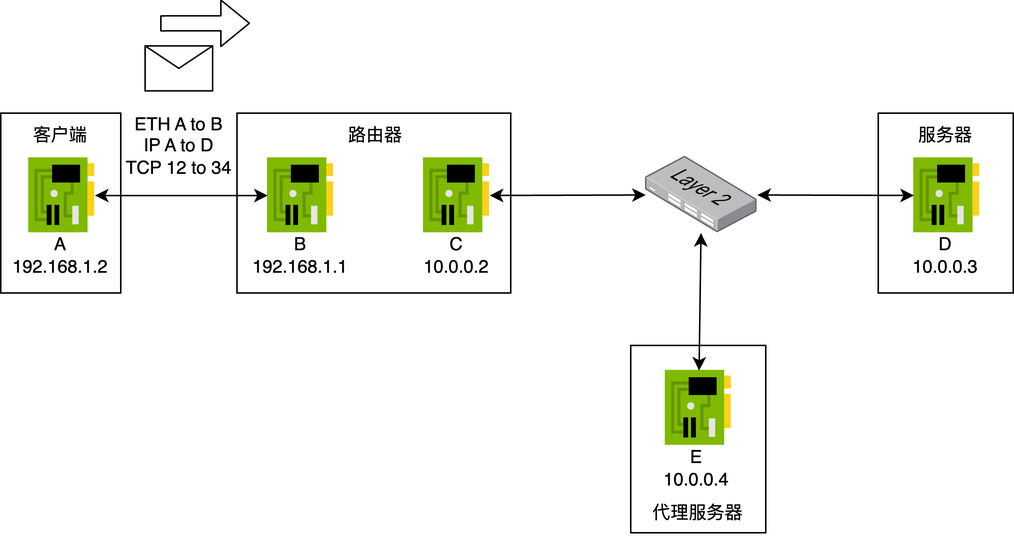
Before: example_step5.png, a diagram exported from draw.io (N2Sys-EDU/Lab3-Documentation). Source tidied: cells renumbered, new cells last; positions are measured from the earlier drawing's top-left corner, leaving out a move shared by most shapes.
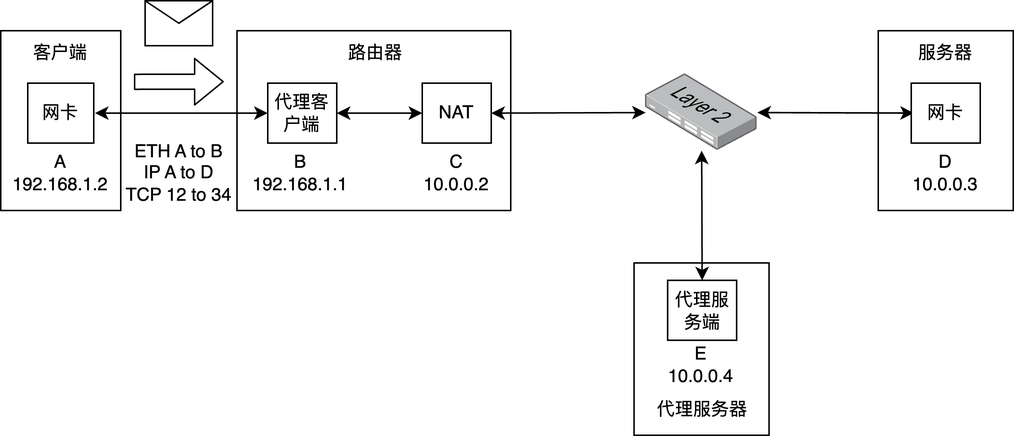
After the change.

Change to the diagram source:
```diff
@@ -2,27 +2,33 @@
   <root>
     <mxCell id="0" />
     <mxCell id="1" parent="0" />
+    <mxCell id="25" style="shape=message;html=1;html=1;labelPosition=center;verticalLabelPosition=bottom;align=center;verticalAlign=top;" parent="1" vertex="1">
+      <mxGeometry x="96.2" y="40" width="45" height="30" as="geometry" />
+    </mxCell>
+    <mxCell id="26" style="shape=flexArrow;endArrow=classic;html=1;" parent="1" edge="1">
+      <mxGeometry relative="1" as="geometry">
+        <mxPoint x="88.8" y="94.1" as="sourcePoint" />
+        <mxPoint x="148.8" y="94" as="targetPoint" />
+      </mxGeometry>
+    </mxCell>
+    <mxCell id="27" value="ETH A to B&lt;br&gt;IP A to D&lt;br&gt;TCP 12 to 34" style="text;html=1;strokeColor=none;fillColor=none;align=center;verticalAlign=middle;whiteSpace=wrap;rounded=0;" parent="1" vertex="1">
+      <mxGeometry x="80" y="125" width="77.5" height="60" as="geometry" />
+    </mxCell>
     <mxCell id="2" style="rounded=0;whiteSpace=wrap;html=1;" parent="1" vertex="1">
       <mxGeometry x="585" y="60" width="90" height="120" as="geometry" />
     </mxCell>
-    <mxCell id="3" style="rounded=0;whiteSpace=wrap;html=1;" parent="1" vertex="1">
-      <mxGeometry x="420" y="215" width="90" height="125" as="geometry" />
-    </mxCell>
-    <mxCell id="4" style="rounded=0;whiteSpace=wrap;html=1;" parent="1" vertex="1">
-      <mxGeometry x="157.5" y="60" width="182.5" height="120" as="geometry" />
-    </mxCell>
-    <mxCell id="5" style="rounded=0;whiteSpace=wrap;html=1;" parent="1" vertex="1">
-      <mxGeometry y="60" width="80" height="120" as="geometry" />
-    </mxCell>
+    <mxCell id="28" style="rounded=0;whiteSpace=wrap;html=1;" parent="1" vertex="1">
+      <mxGeometry x="422.2" y="215" width="90" height="115" as="geometry" />
+    </mxCell>
+    <mxCell id="29" style="rounded=0;whiteSpace=wrap;html=1;" parent="1" vertex="1">
+      <mxGeometry x="157.5" y="60" width="182.5" height="120" as="geometry" />
+    </mxCell>
+    <mxCell id="30" style="rounded=0;whiteSpace=wrap;html=1;" parent="1" vertex="1">
+      <mxGeometry y="60" width="80" height="120" as="geometry" />
+    </mxCell>
     <mxCell id="6" value="客户端" style="text;html=1;strokeColor=none;fillColor=none;align=center;verticalAlign=middle;whiteSpace=wrap;rounded=0;" parent="1" vertex="1">
       <mxGeometry y="60" width="80" height="30" as="geometry" />
     </mxCell>
-    <mxCell id="7" style="sketch=0;html=1;points=[];align=center;image;fontSize=12;image=img/lib/mscae/NetworkInterfaceCard.svg;" parent="1" vertex="1">
-      <mxGeometry x="178" y="90" width="44" height="50" as="geometry" />
-    </mxCell>
-    <mxCell id="8" style="sketch=0;html=1;points=[];align=center;image;fontSize=12;image=img/lib/mscae/NetworkInterfaceCard.svg;" parent="1" vertex="1">
-      <mxGeometry x="18.8" y="90" width="44" height="50" as="geometry" />
-    </mxCell>
     <mxCell id="9" value="A&lt;br&gt;192.168.1.2" style="text;html=1;strokeColor=none;fillColor=none;align=center;verticalAlign=middle;whiteSpace=wrap;rounded=0;" parent="1" vertex="1">
       <mxGeometry y="140" width="80" height="30" as="geometry" />
     </mxCell>
@@ -32,56 +38,61 @@
     <mxCell id="11" value="B&lt;br&gt;192.168.1.1" style="text;html=1;strokeColor=none;fillColor=none;align=center;verticalAlign=middle;whiteSpace=wrap;rounded=0;" parent="1" vertex="1">
       <mxGeometry x="160" y="140" width="80" height="30" as="geometry" />
     </mxCell>
-    <mxCell id="12" style="endArrow=classic;startArrow=classic;html=1;" parent="1" edge="1" source="8" target="7">
-      <mxGeometry relative="1" as="geometry" />
-    </mxCell>
-    <mxCell id="13" style="sketch=0;html=1;points=[];align=center;image;fontSize=12;image=img/lib/mscae/NetworkInterfaceCard.svg;" parent="1" vertex="1">
-      <mxGeometry x="282" y="90" width="44" height="50" as="geometry" />
-    </mxCell>
+    <mxCell id="31" style="endArrow=classic;startArrow=classic;html=1;" parent="1" edge="1">
+      <mxGeometry relative="1" as="geometry">
+        <mxPoint x="62.8" y="115" as="sourcePoint" />
+        <mxPoint x="178" y="115" as="targetPoint" />
+      </mxGeometry>
+    </mxCell>
     <mxCell id="14" value="C&lt;br&gt;10.0.0.2" style="text;html=1;strokeColor=none;fillColor=none;align=center;verticalAlign=middle;whiteSpace=wrap;rounded=0;" parent="1" vertex="1">
       <mxGeometry x="264" y="140" width="80" height="30" as="geometry" />
     </mxCell>
     <mxCell id="15" value="服务器" style="text;html=1;strokeColor=none;fillColor=none;align=center;verticalAlign=middle;whiteSpace=wrap;rounded=0;" parent="1" vertex="1">
       <mxGeometry x="590" y="60" width="80" height="30" as="geometry" />
     </mxCell>
-    <mxCell id="16" style="sketch=0;html=1;points=[];align=center;image;fontSize=12;image=img/lib/mscae/NetworkInterfaceCard.svg;" parent="1" vertex="1">
-      <mxGeometry x="608.8" y="90" width="44" height="50" as="geometry" />
-    </mxCell>
     <mxCell id="17" value="D&lt;br&gt;10.0.0.3" style="text;html=1;strokeColor=none;fillColor=none;align=center;verticalAlign=middle;whiteSpace=wrap;rounded=0;" parent="1" vertex="1">
       <mxGeometry x="590" y="140" width="80" height="30" as="geometry" />
     </mxCell>
-    <mxCell id="18" style="endArrow=classic;startArrow=classic;html=1;" parent="1" edge="1" source="13" target="19">
-      <mxGeometry relative="1" as="geometry" />
-    </mxCell>
-    <mxCell id="19" style="points=[];html=1;align=center;shadow=0;dashed=0;image;image=img/lib/allied_telesis/switch/Switch_24_port_L2.svg;" parent="1" vertex="1">
-      <mxGeometry x="430" y="89" width="74.4" height="51" as="geometry" />
-    </mxCell>
-    <mxCell id="20" style="endArrow=classic;startArrow=classic;html=1;" parent="1" edge="1" source="19" target="16">
-      <mxGeometry relative="1" as="geometry" />
-    </mxCell>
+    <mxCell id="32" style="endArrow=classic;startArrow=classic;html=1;exitX=1;exitY=0.5;exitDx=0;exitDy=0;" parent="1" edge="1" source="39" target="33">
+      <mxGeometry relative="1" as="geometry" />
+    </mxCell>
+    <mxCell id="33" style="points=[];html=1;align=center;shadow=0;dashed=0;image;image=img/lib/allied_telesis/switch/Switch_24_port_L2.svg;" parent="1" vertex="1">
+      <mxGeometry x="430" y="89" width="74.4" height="51" as="geometry" />
+    </mxCell>
+    <mxCell id="34" style="endArrow=classic;startArrow=classic;html=1;" parent="1" edge="1" source="33">
+      <mxGeometry relative="1" as="geometry">
+        <mxPoint x="608.8" y="114.9" as="targetPoint" />
+      </mxGeometry>
+    </mxCell>
     <mxCell id="21" value="代理服务器" style="text;html=1;strokeColor=none;fillColor=none;align=center;verticalAlign=middle;whiteSpace=wrap;rounded=0;" parent="1" vertex="1">
-      <mxGeometry x="425.2" y="311.8" width="80" height="30" as="geometry" />
+      <mxGeometry x="427.6" y="298.4" width="80" height="30" as="geometry" />
     </mxCell>
-    <mxCell id="22" style="sketch=0;html=1;points=[];align=center;image;fontSize=12;image=img/lib/mscae/NetworkInterfaceCard.svg;" parent="1" vertex="1">
-      <mxGeometry x="443.2" y="231.8" width="44" height="50" as="geometry" />
-    </mxCell>
     <mxCell id="23" value="E&lt;br&gt;10.0.0.4" style="text;html=1;strokeColor=none;fillColor=none;align=center;verticalAlign=middle;whiteSpace=wrap;rounded=0;" parent="1" vertex="1">
-      <mxGeometry x="424.4" y="281.8" width="80" height="30" as="geometry" />
+      <mxGeometry x="426.8" y="268.4" width="80" height="30" as="geometry" />
     </mxCell>
-    <mxCell id="24" style="endArrow=classic;startArrow=classic;html=1;" parent="1" edge="1" source="19" target="22">
-      <mxGeometry relative="1" as="geometry" />
-    </mxCell>
-    <mxCell id="25" style="shape=message;html=1;html=1;labelPosition=center;verticalLabelPosition=bottom;align=center;verticalAlign=top;" parent="1" vertex="1">
-      <mxGeometry x="96.2" y="15.1" width="45" height="30" as="geometry" />
-    </mxCell>
-    <mxCell id="26" style="shape=flexArrow;endArrow=classic;html=1;" parent="1" edge="1">
-      <mxGeometry relative="1" as="geometry">
-        <mxPoint x="106.2" y="0.1" as="sourcePoint" />
-        <mxPoint x="166.2" as="targetPoint" />
-      </mxGeometry>
-    </mxCell>
-    <mxCell id="27" value="ETH A to B&lt;br&gt;IP A to D&lt;br&gt;TCP 12 to 34" style="text;html=1;strokeColor=none;fillColor=none;align=center;verticalAlign=middle;whiteSpace=wrap;rounded=0;" parent="1" vertex="1">
-      <mxGeometry x="80" y="51.8" width="77.5" height="60" as="geometry" />
-    </mxCell>
+    <mxCell id="35" style="endArrow=classic;startArrow=classic;html=1;entryX=0.5;entryY=0;entryDx=0;entryDy=0;" parent="1" edge="1" source="33" target="42">
+      <mxGeometry relative="1" as="geometry" />
+    </mxCell>
+    <mxCell id="36" value="网卡" style="rounded=0;whiteSpace=wrap;html=1;" parent="1" vertex="1">
+      <mxGeometry x="18" y="95" width="44" height="40" as="geometry" />
+    </mxCell>
+    <mxCell id="37" style="edgeStyle=none;html=1;exitX=1;exitY=0.5;exitDx=0;exitDy=0;entryX=0;entryY=0.5;entryDx=0;entryDy=0;startArrow=classic;startFill=1;" parent="1" edge="1" source="38" target="39">
+      <mxGeometry relative="1" as="geometry" />
+    </mxCell>
+    <mxCell id="38" value="代理客户端" style="rounded=0;whiteSpace=wrap;html=1;" parent="1" vertex="1">
+      <mxGeometry x="178" y="95" width="46" height="40" as="geometry" />
+    </mxCell>
+    <mxCell id="39" value="NAT" style="rounded=0;whiteSpace=wrap;html=1;" parent="1" vertex="1">
+      <mxGeometry x="281" y="95" width="46" height="40" as="geometry" />
+    </mxCell>
+    <mxCell id="40" style="edgeStyle=none;html=1;exitX=0;exitY=0.5;exitDx=0;exitDy=0;" parent="1" edge="1" source="41" target="33">
+      <mxGeometry relative="1" as="geometry" />
+    </mxCell>
+    <mxCell id="41" value="网卡" style="rounded=0;whiteSpace=wrap;html=1;" parent="1" vertex="1">
+      <mxGeometry x="607" y="95" width="46" height="40" as="geometry" />
+    </mxCell>
+    <mxCell id="42" value="代理服务端" style="rounded=0;whiteSpace=wrap;html=1;" parent="1" vertex="1">
+      <mxGeometry x="444.6" y="226.6" width="46" height="40" as="geometry" />
+    </mxCell>
   </root>
 </mxGraphModel>
```
